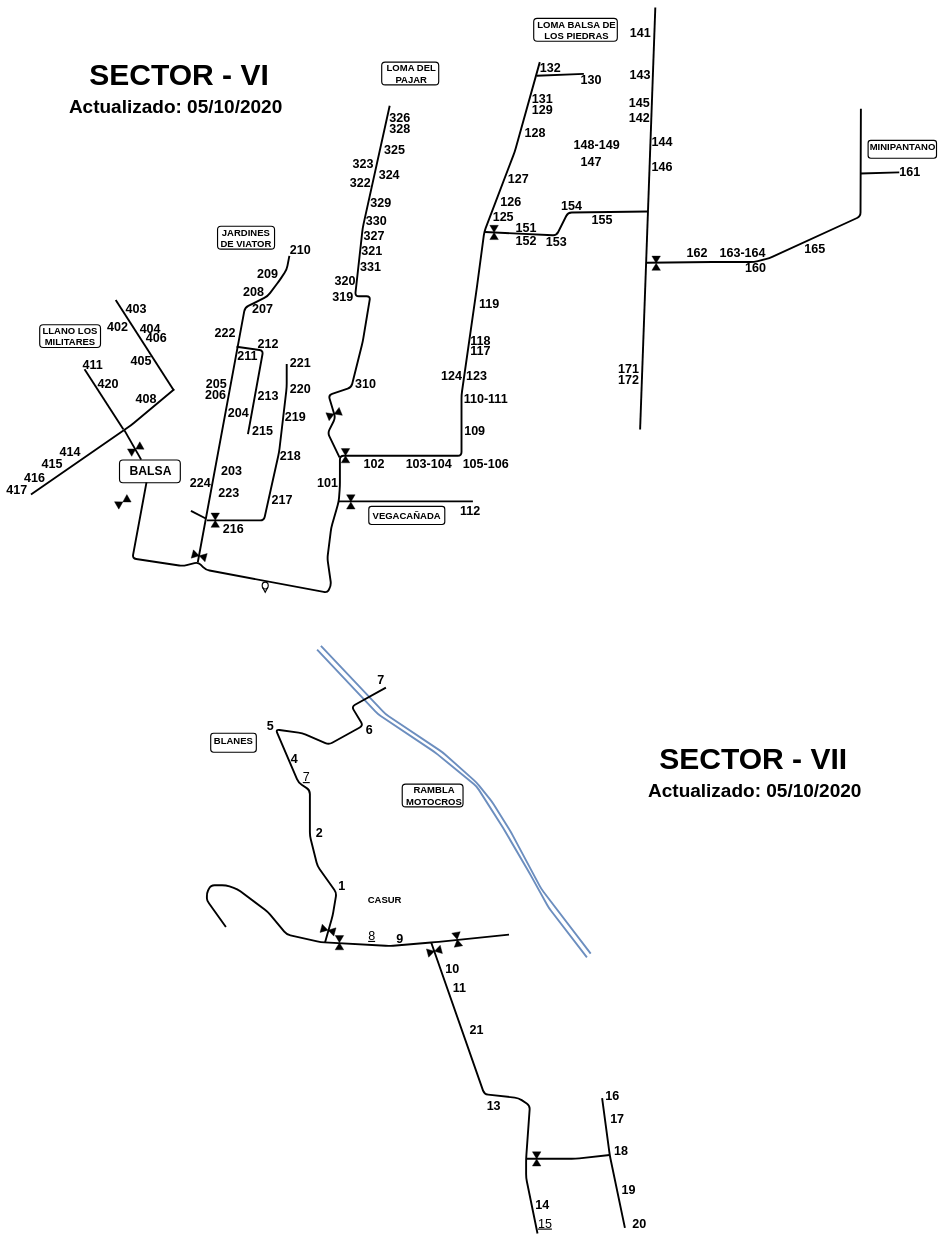
The draw.io diagram planos-drawio/plano_VI_VII.drawio in cr4vegas-team/doc-cr4vegas-planos, before the edit. Source tidied: cells renumbered, new cells numbered last; positions are measured from the earlier drawing's top-left corner, leaving out a move shared by most shapes. Both pictures are drawn from the tidied source at 38%, with x=0, y=0 at pixel (9, 7).
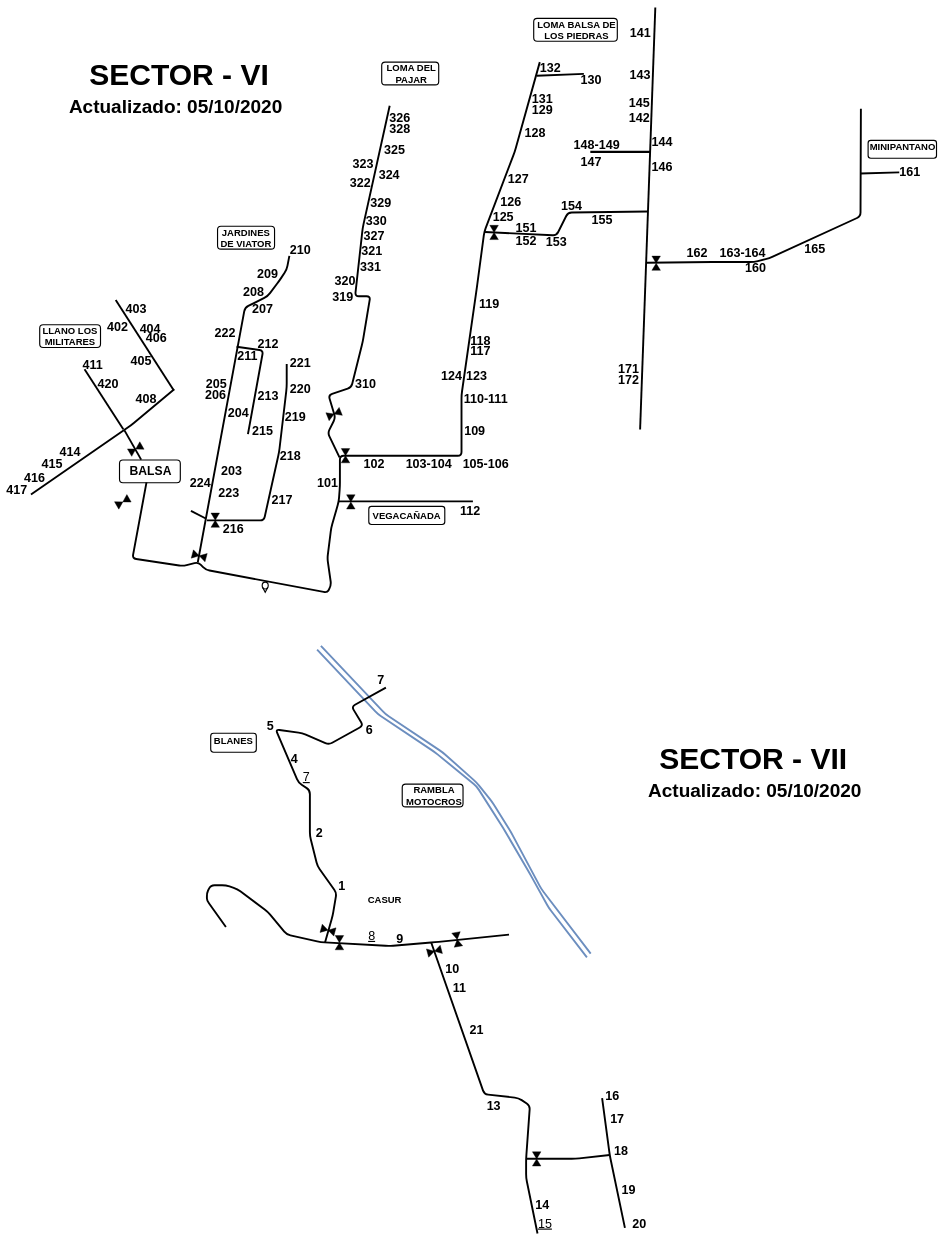
The same diagram, later.

What changed in the source:
```diff
@@
+    <mxCell id="170" style="endArrow=none;html=1;strokeWidth=6;" parent="1" edge="1">
+      <mxGeometry relative="1" as="geometry">
+        <mxPoint x="1529" y="380" as="sourcePoint" />
+        <mxPoint x="1687" y="380" as="targetPoint" />
+      </mxGeometry>
+    </mxCell>
```
